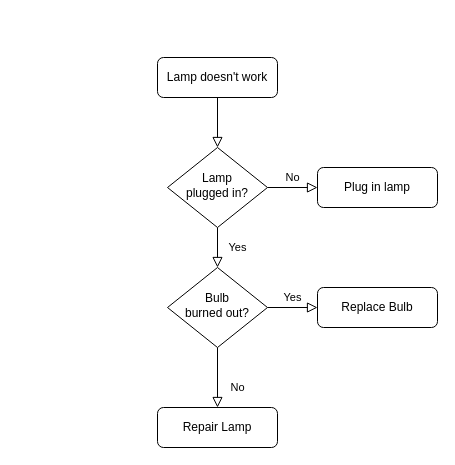
Earlier version of the draw.io diagram DOC/Untitled Diagram.drawio (DavidkaBenAvraham/Katia). Source tidied: cells renumbered, new cells numbered last; positions are measured from the earlier drawing's top-left corner, leaving out a move shared by most shapes. Both pictures are drawn from the tidied source at 100%, with x=0, y=0 at pixel (157, 57).
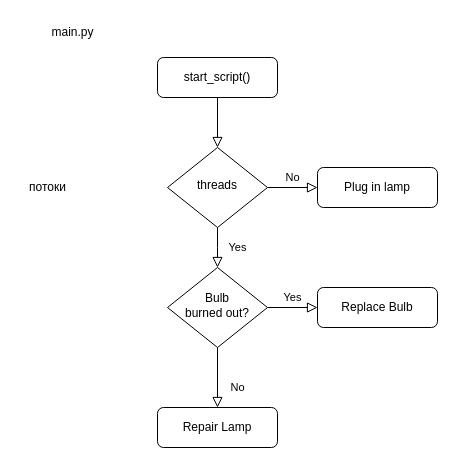
The same diagram, later.

What changed in the source:
```diff
@@
 <mxGraphModel>
   <root>
     <mxCell id="0" />
     <mxCell id="1" parent="0" />
     <mxCell id="2" style="rounded=0;html=1;jettySize=auto;fontSize=11;endArrow=block;endFill=0;endSize=8;strokeWidth=1;shadow=0;labelBackgroundColor=none;edgeStyle=orthogonalEdgeStyle;" parent="1" edge="1" source="3" target="6">
       <mxGeometry relative="1" as="geometry" />
     </mxCell>
-    <mxCell id="3" value="Lamp doesn't work" style="rounded=1;whiteSpace=wrap;html=1;fontSize=12;glass=0;strokeWidth=1;shadow=0;" parent="1" vertex="1">
+    <mxCell id="3" value="start_script()" style="rounded=1;whiteSpace=wrap;html=1;fontSize=12;glass=0;strokeWidth=1;shadow=0;" parent="1" vertex="1">
       <mxGeometry width="120" height="40" as="geometry" />
     </mxCell>
     <mxCell id="4" value="Yes" style="rounded=0;html=1;jettySize=auto;fontSize=11;endArrow=block;endFill=0;endSize=8;strokeWidth=1;shadow=0;labelBackgroundColor=none;edgeStyle=orthogonalEdgeStyle;" parent="1" edge="1" source="6" target="10">
-      <mxGeometry y="20" relative="1" as="geometry" />
+      <mxGeometry y="20" relative="1" as="geometry">
+        <Array as="points">
+          <mxPoint x="60" y="190" />
+          <mxPoint x="60" y="190" />
+        </Array>
+      </mxGeometry>
     </mxCell>
     <mxCell id="5" value="No" style="edgeStyle=orthogonalEdgeStyle;rounded=0;html=1;jettySize=auto;fontSize=11;endArrow=block;endFill=0;endSize=8;strokeWidth=1;shadow=0;labelBackgroundColor=none;" parent="1" edge="1" source="6" target="7">
       <mxGeometry y="10" relative="1" as="geometry" />
     </mxCell>
-    <mxCell id="6" value="Lamp&lt;br&gt;plugged in?" style="rhombus;whiteSpace=wrap;html=1;shadow=0;fontFamily=Helvetica;fontSize=12;align=center;strokeWidth=1;spacing=6;spacingTop=-4;" parent="1" vertex="1">
+    <mxCell id="6" value="threads" style="rhombus;whiteSpace=wrap;html=1;shadow=0;fontFamily=Helvetica;fontSize=12;align=center;strokeWidth=1;spacing=6;spacingTop=-4;" parent="1" vertex="1">
       <mxGeometry x="10" y="90" width="100" height="80" as="geometry" />
     </mxCell>
     <mxCell id="7" value="Plug in lamp" style="rounded=1;whiteSpace=wrap;html=1;fontSize=12;glass=0;strokeWidth=1;shadow=0;" parent="1" vertex="1">
       <mxGeometry x="160" y="110" width="120" height="40" as="geometry" />
     </mxCell>
     <mxCell id="8" value="No" style="rounded=0;html=1;jettySize=auto;fontSize=11;endArrow=block;endFill=0;endSize=8;strokeWidth=1;shadow=0;labelBackgroundColor=none;edgeStyle=orthogonalEdgeStyle;" parent="1" edge="1" source="10" target="11">
       <mxGeometry x="0.33" y="20" relative="1" as="geometry" />
     </mxCell>
     <mxCell id="9" value="Yes" style="edgeStyle=orthogonalEdgeStyle;rounded=0;html=1;jettySize=auto;fontSize=11;endArrow=block;endFill=0;endSize=8;strokeWidth=1;shadow=0;labelBackgroundColor=none;" parent="1" edge="1" source="10" target="12">
       <mxGeometry y="10" relative="1" as="geometry" />
     </mxCell>
     <mxCell id="10" value="Bulb&lt;br&gt;burned out?" style="rhombus;whiteSpace=wrap;html=1;shadow=0;fontFamily=Helvetica;fontSize=12;align=center;strokeWidth=1;spacing=6;spacingTop=-4;" parent="1" vertex="1">
       <mxGeometry x="10" y="210" width="100" height="80" as="geometry" />
     </mxCell>
     <mxCell id="11" value="Repair Lamp" style="rounded=1;whiteSpace=wrap;html=1;fontSize=12;glass=0;strokeWidth=1;shadow=0;" parent="1" vertex="1">
       <mxGeometry y="350" width="120" height="40" as="geometry" />
     </mxCell>
     <mxCell id="12" value="Replace Bulb" style="rounded=1;whiteSpace=wrap;html=1;fontSize=12;glass=0;strokeWidth=1;shadow=0;" parent="1" vertex="1">
       <mxGeometry x="160" y="230" width="120" height="40" as="geometry" />
     </mxCell>
+    <mxCell id="13" value="main.py" style="text;html=1;align=center;verticalAlign=middle;strokeColor=none;fillColor=none;" parent="1" vertex="1">
+      <mxGeometry x="-120" y="-40" width="70" height="30" as="geometry" />
+    </mxCell>
+    <mxCell id="14" value="потоки" style="text;html=1;align=center;verticalAlign=middle;strokeColor=none;fillColor=none;" parent="1" vertex="1">
+      <mxGeometry x="-140" y="115" width="60" height="30" as="geometry" />
+    </mxCell>
   </root>
 </mxGraphModel>
```
